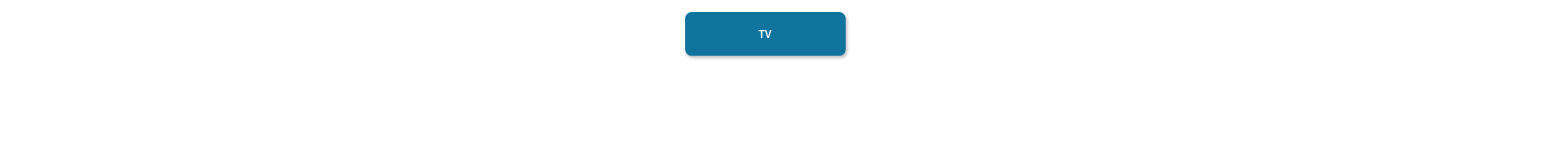
The draw.io diagram page "iPad" (2 of 2) of Project2021.drawio in dannezri/projet2020, before the edit. Source tidied: cells renumbered, new cells numbered last; positions are measured from the earlier drawing's top-left corner, leaving out a move shared by most shapes. Both pictures are drawn from the tidied source at 73%, with x=0, y=0 at pixel (685, 12).
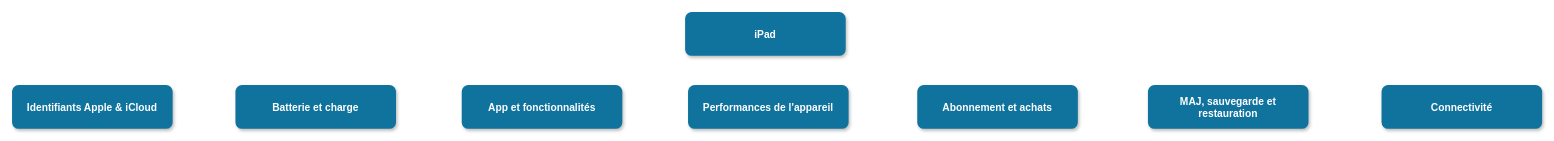
The same diagram, later.

What changed in the source:
```diff
@@
 <mxGraphModel>
   <root>
     <mxCell id="0" />
     <mxCell id="1" parent="0" />
-    <mxCell id="2" value="TV" style="rounded=1;fillColor=#10739E;strokeColor=none;shadow=1;gradientColor=none;fontStyle=1;fontColor=#FFFFFF;fontSize=14;" parent="1" vertex="1">
+    <mxCell id="2" value="iPad" style="rounded=1;fillColor=#10739E;strokeColor=none;shadow=1;gradientColor=none;fontStyle=1;fontColor=#FFFFFF;fontSize=14;" parent="1" vertex="1">
       <mxGeometry width="220" height="60" as="geometry" />
     </mxCell>
+    <mxCell id="3" value="Batterie et charge" style="rounded=1;fillColor=#10739E;strokeColor=none;shadow=1;gradientColor=none;fontStyle=1;fontColor=#FFFFFF;fontSize=14;" parent="1" vertex="1">
+      <mxGeometry x="-616" y="100" width="220" height="60" as="geometry" />
+    </mxCell>
+    <mxCell id="4" value="App et fonctionnalités" style="rounded=1;fillColor=#10739E;strokeColor=none;shadow=1;gradientColor=none;fontStyle=1;fontColor=#FFFFFF;fontSize=14;" parent="1" vertex="1">
+      <mxGeometry x="-306" y="100" width="220" height="60" as="geometry" />
+    </mxCell>
+    <mxCell id="5" value="Identifiants Apple &amp; iCloud" style="rounded=1;fillColor=#10739E;strokeColor=none;shadow=1;gradientColor=none;fontStyle=1;fontColor=#FFFFFF;fontSize=14;" parent="1" vertex="1">
+      <mxGeometry x="-922" y="100" width="220" height="60" as="geometry" />
+    </mxCell>
+    <mxCell id="6" value="Abonnement et achats" style="rounded=1;fillColor=#10739E;strokeColor=none;shadow=1;gradientColor=none;fontStyle=1;fontColor=#FFFFFF;fontSize=14;" parent="1" vertex="1">
+      <mxGeometry x="318" y="100" width="220" height="60" as="geometry" />
+    </mxCell>
+    <mxCell id="7" value="MAJ, sauvegarde et &#10;restauration" style="rounded=1;fillColor=#10739E;strokeColor=none;shadow=1;gradientColor=none;fontStyle=1;fontColor=#FFFFFF;fontSize=14;" parent="1" vertex="1">
+      <mxGeometry x="634" y="100" width="220" height="60" as="geometry" />
+    </mxCell>
+    <mxCell id="8" value="Performances de l'appareil" style="rounded=1;fillColor=#10739E;strokeColor=none;shadow=1;gradientColor=none;fontStyle=1;fontColor=#FFFFFF;fontSize=14;" parent="1" vertex="1">
+      <mxGeometry x="4" y="100" width="220" height="60" as="geometry" />
+    </mxCell>
+    <mxCell id="9" value="Connectivité" style="rounded=1;fillColor=#10739E;strokeColor=none;shadow=1;gradientColor=none;fontStyle=1;fontColor=#FFFFFF;fontSize=14;" parent="1" vertex="1">
+      <mxGeometry x="954" y="100" width="220" height="60" as="geometry" />
+    </mxCell>
   </root>
 </mxGraphModel>
```
